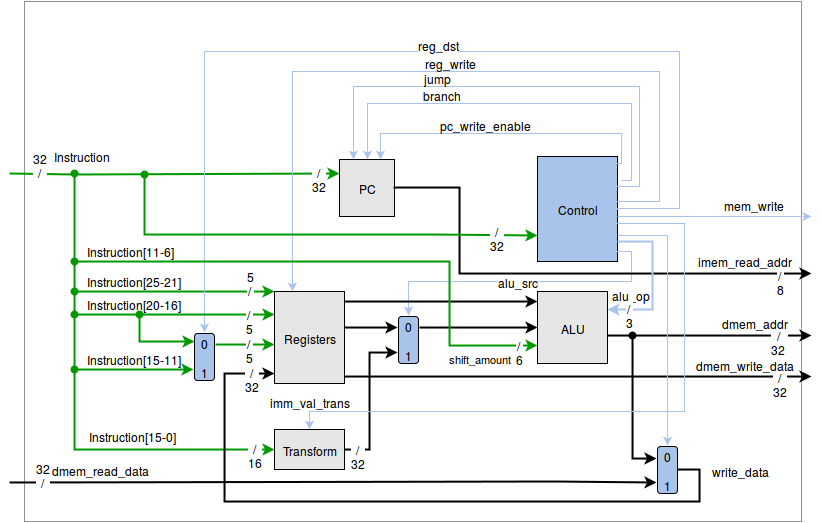
Before: ex1/report/img/architecture.png, a diagram exported from draw.io (mathiasose/TDT4255). Source tidied: cells renumbered, new cells last; positions are measured from the earlier drawing's top-left corner, leaving out a move shared by most shapes.
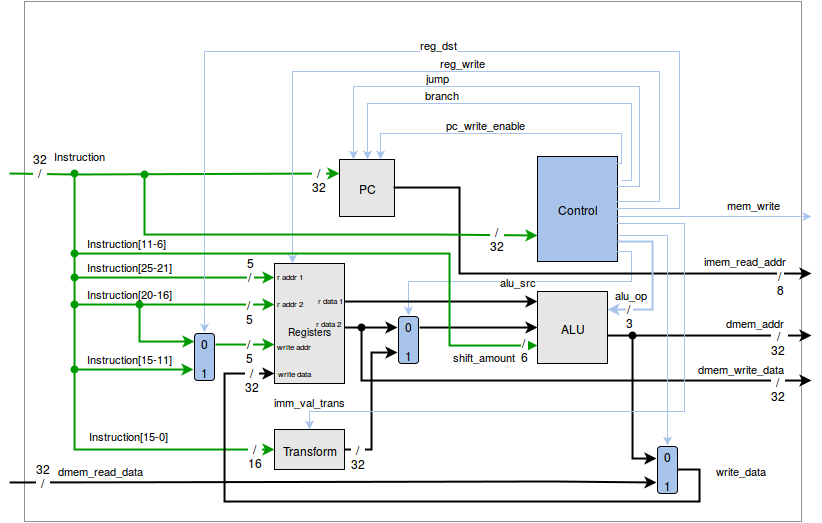
After the commit.

Commit message:
Rewrite architecture section

Change to the diagram source:
```diff
@@ -11,8 +11,8 @@
     <mxCell id="4" value="Control" style="whiteSpace=wrap;html=1;fillColor=#A9C4EB;" parent="1" vertex="1">
       <mxGeometry x="528" y="155" width="80" height="105" as="geometry" />
     </mxCell>
-    <mxCell id="5" value="Registers" style="whiteSpace=wrap;html=1;fillColor=#E6E6E6;" parent="1" vertex="1">
-      <mxGeometry x="265" y="290" width="70" height="92" as="geometry" />
+    <mxCell id="5" value="&lt;font style=&quot;font-size: 10px&quot;&gt;&lt;br&gt;Registers&lt;/font&gt;" style="whiteSpace=wrap;html=1;fillColor=#E6E6E6;" parent="1" vertex="1">
+      <mxGeometry x="265" y="262" width="70" height="120" as="geometry" />
     </mxCell>
     <mxCell id="6" value="ALU" style="whiteSpace=wrap;html=1;fillColor=#E6E6E6;" parent="1" vertex="1">
       <mxGeometry x="528" y="290" width="70" height="72" as="geometry" />
@@ -31,7 +31,7 @@
         </Array>
       </mxGeometry>
     </mxCell>
-    <mxCell id="9" value="branch" style="text;html=1;align=center;verticalAlign=middle;labelBackgroundColor=#ffffff;" parent="8" vertex="1">
+    <mxCell id="9" value="branch" style="text;html=1;align=center;verticalAlign=middle;labelBackgroundColor=#ffffff;fontSize=11;" parent="8" vertex="1">
       <mxGeometry x="0.25" y="3" relative="1" as="geometry">
         <mxPoint x="-23" y="-13" as="offset" />
       </mxGeometry>
@@ -47,7 +47,7 @@
         </Array>
       </mxGeometry>
     </mxCell>
-    <mxCell id="11" value="jump" style="text;html=1;align=center;verticalAlign=middle;labelBackgroundColor=#ffffff;" parent="10" vertex="1">
+    <mxCell id="11" value="jump" style="text;html=1;align=center;verticalAlign=middle;labelBackgroundColor=#ffffff;fontSize=11;" parent="10" vertex="1">
       <mxGeometry x="0.15" y="2" relative="1" as="geometry">
         <mxPoint x="-57" y="-12" as="offset" />
       </mxGeometry>
@@ -81,7 +81,7 @@
         </Array>
       </mxGeometry>
     </mxCell>
-    <mxCell id="16" value="alu_src" style="text;html=1;align=center;verticalAlign=middle;labelBackgroundColor=#ffffff;" parent="15" vertex="1">
+    <mxCell id="16" value="alu_src" style="text;html=1;align=center;verticalAlign=middle;labelBackgroundColor=#ffffff;fontSize=11;" parent="15" vertex="1">
       <mxGeometry x="0.26" y="-1" relative="1" as="geometry">
         <mxPoint x="23" as="offset" />
       </mxGeometry>
@@ -90,8 +90,8 @@
       <mxGeometry relative="1" as="geometry">
         <mxPoint x="335" y="448" as="sourcePoint" />
         <Array as="points">
-          <mxPoint x="360" y="448" />
-          <mxPoint x="360" y="351" />
+          <mxPoint x="362" y="448" />
+          <mxPoint x="362" y="351" />
         </Array>
       </mxGeometry>
     </mxCell>
@@ -113,7 +113,7 @@
         <mxPoint x="-93" y="-9" as="offset" />
       </mxGeometry>
     </mxCell>
-    <mxCell id="21" value="Instruction" style="text;html=1;align=left;verticalAlign=top;spacingTop=-4;" parent="1" vertex="1">
+    <mxCell id="21" value="Instruction" style="text;html=1;align=left;verticalAlign=top;spacingTop=-4;fontSize=11;" parent="1" vertex="1">
       <mxGeometry x="42" y="145" width="70" height="20" as="geometry" />
     </mxCell>
     <mxCell id="22" style="endArrow=classic;html=1;entryX=0;entryY=0.5;rounded=0;startArrow=oval;startFill=1;strokeWidth=2;strokeColor=#009900;" parent="1" edge="1" target="7">
@@ -126,8 +126,8 @@
     </mxCell>
     <mxCell id="23" style="endArrow=classic;html=1;startArrow=oval;startFill=1;strokeWidth=2;strokeColor=#009900;" parent="1" edge="1">
       <mxGeometry relative="1" as="geometry">
-        <mxPoint x="65" y="290" as="sourcePoint" />
-        <mxPoint x="265" y="290" as="targetPoint" />
+        <mxPoint x="65" y="276" as="sourcePoint" />
+        <mxPoint x="265" y="276" as="targetPoint" />
       </mxGeometry>
     </mxCell>
     <mxCell id="24" value="5&lt;br&gt;/&lt;br&gt;" style="text;html=1;align=center;verticalAlign=middle;labelBackgroundColor=#ffffff;" parent="23" vertex="1">
@@ -160,7 +160,7 @@
         </Array>
       </mxGeometry>
     </mxCell>
-    <mxCell id="29" value="reg_dst" style="text;html=1;align=center;verticalAlign=middle;labelBackgroundColor=#ffffff;" parent="28" vertex="1">
+    <mxCell id="29" value="reg_dst" style="text;html=1;align=center;verticalAlign=middle;labelBackgroundColor=#ffffff;fontSize=11;" parent="28" vertex="1">
       <mxGeometry x="0.03" y="-2" relative="1" as="geometry">
         <mxPoint x="39" y="-6" as="offset" />
       </mxGeometry>
@@ -171,7 +171,7 @@
         <mxPoint x="802" y="215" as="targetPoint" />
       </mxGeometry>
     </mxCell>
-    <mxCell id="31" value="mem_write" style="text;html=1;align=center;verticalAlign=middle;labelBackgroundColor=#ffffff;" parent="30" vertex="1">
+    <mxCell id="31" value="mem_write" style="text;html=1;align=center;verticalAlign=middle;labelBackgroundColor=#ffffff;fontSize=11;" parent="30" vertex="1">
       <mxGeometry x="0.58" relative="1" as="geometry">
         <mxPoint x="-17" y="-13" as="offset" />
       </mxGeometry>
@@ -182,7 +182,7 @@
         <mxPoint x="802" y="334" as="targetPoint" />
       </mxGeometry>
     </mxCell>
-    <mxCell id="33" value="dmem_addr" style="text;html=1;align=center;verticalAlign=middle;labelBackgroundColor=#ffffff;" parent="32" vertex="1">
+    <mxCell id="33" value="dmem_addr" style="text;html=1;align=center;verticalAlign=middle;labelBackgroundColor=#ffffff;fontSize=11;" parent="32" vertex="1">
       <mxGeometry x="0.67" relative="1" as="geometry">
         <mxPoint x="-24" y="-14" as="offset" />
       </mxGeometry>
@@ -192,13 +192,16 @@
         <mxPoint x="-4" y="6" as="offset" />
       </mxGeometry>
     </mxCell>
-    <mxCell id="35" style="edgeStyle=orthogonalEdgeStyle;rounded=0;html=1;exitX=1;exitY=0.75;startArrow=none;startFill=0;endArrow=classic;endFill=1;strokeWidth=2;" parent="1" edge="1">
+    <mxCell id="35" style="edgeStyle=orthogonalEdgeStyle;rounded=0;html=1;startArrow=oval;startFill=1;endArrow=classic;endFill=1;strokeWidth=2;" parent="1" edge="1">
       <mxGeometry relative="1" as="geometry">
-        <mxPoint x="335" y="375" as="sourcePoint" />
-        <mxPoint x="802" y="375" as="targetPoint" />
+        <mxPoint x="352" y="326" as="sourcePoint" />
+        <mxPoint x="802" y="379" as="targetPoint" />
+        <Array as="points">
+          <mxPoint x="352" y="379" />
+        </Array>
       </mxGeometry>
     </mxCell>
-    <mxCell id="36" value="dmem_write_data" style="text;html=1;align=center;verticalAlign=middle;labelBackgroundColor=#ffffff;" parent="35" vertex="1">
+    <mxCell id="36" value="dmem_write_data" style="text;html=1;align=center;verticalAlign=middle;labelBackgroundColor=#ffffff;fontSize=11;" parent="35" vertex="1">
       <mxGeometry x="0.81" y="1" relative="1" as="geometry">
         <mxPoint x="-22" y="-12" as="offset" />
       </mxGeometry>
@@ -217,7 +220,7 @@
         </Array>
       </mxGeometry>
     </mxCell>
-    <mxCell id="39" value="imem_read_addr" style="text;html=1;align=center;verticalAlign=middle;labelBackgroundColor=#ffffff;" parent="38" vertex="1">
+    <mxCell id="39" value="imem_read_addr" style="text;html=1;align=center;verticalAlign=middle;labelBackgroundColor=#ffffff;fontSize=11;" parent="38" vertex="1">
       <mxGeometry x="0.85" y="2" relative="1" as="geometry">
         <mxPoint x="-29" y="-12" as="offset" />
       </mxGeometry>
@@ -237,15 +240,15 @@
         </Array>
       </mxGeometry>
     </mxCell>
-    <mxCell id="42" value="pc_write_enable" style="text;html=1;align=center;verticalAlign=middle;labelBackgroundColor=#ffffff;" parent="41" vertex="1">
+    <mxCell id="42" value="pc_write_enable" style="text;html=1;align=center;verticalAlign=middle;labelBackgroundColor=#ffffff;fontSize=11;" parent="41" vertex="1">
       <mxGeometry x="-0.01" relative="1" as="geometry">
         <mxPoint x="-32" y="-10" as="offset" />
       </mxGeometry>
     </mxCell>
     <mxCell id="43" style="endArrow=classic;html=1;startArrow=oval;startFill=1;strokeWidth=2;strokeColor=#009900;" parent="1" edge="1">
-      <mxGeometry x="203" y="338" as="geometry">
-        <mxPoint x="65" y="313" as="sourcePoint" />
-        <mxPoint x="265" y="313" as="targetPoint" />
+      <mxGeometry x="203" y="328" as="geometry">
+        <mxPoint x="65" y="303" as="sourcePoint" />
+        <mxPoint x="265" y="303" as="targetPoint" />
       </mxGeometry>
     </mxCell>
     <mxCell id="44" value="/&lt;br&gt;5" style="text;html=1;align=center;verticalAlign=middle;labelBackgroundColor=#ffffff;" parent="43" vertex="1">
@@ -266,7 +269,7 @@
         <mxPoint x="65" y="368" as="sourcePoint" />
       </mxGeometry>
     </mxCell>
-    <mxCell id="47" style="endArrow=classic;html=1;exitX=1;exitY=0.111;exitPerimeter=0;strokeWidth=2;" parent="1" edge="1" source="5">
+    <mxCell id="47" style="endArrow=classic;html=1;exitX=1;exitY=0.317;exitPerimeter=0;strokeWidth=2;" parent="1" edge="1" source="5">
       <mxGeometry relative="1" as="geometry">
         <mxPoint x="528" y="300" as="targetPoint" />
       </mxGeometry>
@@ -281,16 +284,16 @@
         </Array>
       </mxGeometry>
     </mxCell>
-    <mxCell id="50" value="Instruction[25-21]" style="text;html=1;align=left;verticalAlign=top;spacingTop=-4;" parent="1" vertex="1">
-      <mxGeometry x="75" y="270" width="110" height="20" as="geometry" />
+    <mxCell id="50" value="Instruction[25-21]" style="text;html=1;align=left;verticalAlign=top;spacingTop=-4;fontSize=11;" parent="1" vertex="1">
+      <mxGeometry x="75" y="256" width="110" height="20" as="geometry" />
     </mxCell>
-    <mxCell id="51" value="Instruction[20-16]" style="text;html=1;points=[];align=left;verticalAlign=top;spacingTop=-4;" parent="1" vertex="1">
-      <mxGeometry x="75" y="293" width="110" height="20" as="geometry" />
+    <mxCell id="51" value="Instruction[20-16]" style="text;html=1;points=[];align=left;verticalAlign=top;spacingTop=-4;fontSize=11;" parent="1" vertex="1">
+      <mxGeometry x="75" y="283" width="110" height="20" as="geometry" />
     </mxCell>
-    <mxCell id="52" value="Instruction[15-11]" style="text;html=1;align=left;verticalAlign=top;spacingTop=-4;" parent="1" vertex="1">
+    <mxCell id="52" value="Instruction[15-11]" style="text;html=1;align=left;verticalAlign=top;spacingTop=-4;fontSize=11;" parent="1" vertex="1">
       <mxGeometry x="75" y="348" width="110" height="20" as="geometry" />
     </mxCell>
-    <mxCell id="53" value="Instruction[15-0]" style="text;html=1;align=left;verticalAlign=top;spacingTop=-4;" parent="1" vertex="1">
+    <mxCell id="53" value="Instruction[15-0]" style="text;html=1;align=left;verticalAlign=top;spacingTop=-4;fontSize=11;" parent="1" vertex="1">
       <mxGeometry x="77" y="425" width="100" height="20" as="geometry" />
     </mxCell>
     <mxCell id="54" style="edgeStyle=orthogonalEdgeStyle;rounded=0;html=1;entryX=0;entryY=0.25;startArrow=oval;startFill=1;endArrow=classic;endFill=1;strokeWidth=2;" parent="1" edge="1">
@@ -310,7 +313,7 @@
         </Array>
       </mxGeometry>
     </mxCell>
-    <mxCell id="56" value="dmem_read_data" style="text;html=1;align=center;verticalAlign=middle;labelBackgroundColor=#ffffff;" parent="55" vertex="1">
+    <mxCell id="56" value="dmem_read_data" style="text;html=1;align=center;verticalAlign=middle;labelBackgroundColor=#ffffff;fontSize=11;" parent="55" vertex="1">
       <mxGeometry x="-0.95" y="-3" relative="1" as="geometry">
         <mxPoint x="74" y="-16" as="offset" />
       </mxGeometry>
@@ -331,7 +334,7 @@
         </Array>
       </mxGeometry>
     </mxCell>
-    <mxCell id="59" value="write_data" style="text;html=1;align=center;verticalAlign=middle;labelBackgroundColor=#ffffff;" parent="58" vertex="1">
+    <mxCell id="59" value="write_data" style="text;html=1;align=center;verticalAlign=middle;labelBackgroundColor=#ffffff;fontSize=11;" parent="58" vertex="1">
       <mxGeometry x="-0.23" y="3" relative="1" as="geometry">
         <mxPoint x="259" y="-35" as="offset" />
       </mxGeometry>
@@ -345,7 +348,7 @@
         </Array>
       </mxGeometry>
     </mxCell>
-    <mxCell id="61" value="alu_op" style="text;html=1;align=center;verticalAlign=middle;labelBackgroundColor=#ffffff;" parent="60" vertex="1">
+    <mxCell id="61" value="alu_op" style="text;html=1;align=center;verticalAlign=middle;labelBackgroundColor=#ffffff;fontSize=11;" parent="60" vertex="1">
       <mxGeometry x="0.76" y="-1" relative="1" as="geometry">
         <mxPoint x="5" y="-15" as="offset" />
       </mxGeometry>
@@ -366,7 +369,7 @@
         </Array>
       </mxGeometry>
     </mxCell>
-    <mxCell id="64" value="reg_write" style="text;html=1;align=center;verticalAlign=middle;labelBackgroundColor=#ffffff;" parent="63" vertex="1">
+    <mxCell id="64" value="reg_write" style="text;html=1;align=center;verticalAlign=middle;labelBackgroundColor=#ffffff;fontSize=11;" parent="63" vertex="1">
       <mxGeometry x="-0.09" y="3" relative="1" as="geometry">
         <mxPoint x="-48" y="-13" as="offset" />
       </mxGeometry>
@@ -382,7 +385,7 @@
         </Array>
       </mxGeometry>
     </mxCell>
-    <mxCell id="66" value="imm_val_trans" style="text;html=1;align=center;verticalAlign=middle;labelBackgroundColor=#ffffff;" parent="65" vertex="1">
+    <mxCell id="66" value="imm_val_trans" style="text;html=1;align=center;verticalAlign=middle;labelBackgroundColor=#ffffff;fontSize=11;" parent="65" vertex="1">
       <mxGeometry x="0.85" y="1" relative="1" as="geometry">
         <mxPoint x="-31" y="-12" as="offset" />
       </mxGeometry>
@@ -403,25 +406,25 @@
     </mxCell>
     <mxCell id="69" style="endArrow=classic;html=1;startArrow=oval;startFill=1;entryX=0;entryY=0.75;rounded=0;strokeWidth=2;strokeColor=#009900;" parent="1" edge="1" target="6">
       <mxGeometry x="73" y="278" as="geometry">
-        <mxPoint x="65" y="260" as="sourcePoint" />
+        <mxPoint x="65" y="252" as="sourcePoint" />
         <Array as="points">
-          <mxPoint x="440" y="260" />
+          <mxPoint x="440" y="252" />
           <mxPoint x="440" y="344" />
         </Array>
       </mxGeometry>
     </mxCell>
     <mxCell id="70" value="/&lt;br&gt;6" style="text;html=1;align=center;verticalAlign=middle;labelBackgroundColor=#ffffff;" parent="69" vertex="1">
       <mxGeometry x="0.35" y="2" relative="1" as="geometry">
-        <mxPoint x="77" y="92" as="offset" />
+        <mxPoint x="77" y="97" as="offset" />
       </mxGeometry>
     </mxCell>
     <mxCell id="71" value="shift_amount" style="text;html=1;align=center;verticalAlign=middle;labelBackgroundColor=#ffffff;fontSize=11;" parent="69" vertex="1">
       <mxGeometry relative="1" as="geometry">
-        <mxPoint x="131" y="96" as="offset" />
+        <mxPoint x="131" y="102" as="offset" />
       </mxGeometry>
     </mxCell>
-    <mxCell id="72" value="Instruction[11-6]" style="text;html=1;align=left;verticalAlign=top;spacingTop=-4;strokeColor=none;" parent="1" vertex="1">
-      <mxGeometry x="75" y="240" width="100" height="20" as="geometry" />
+    <mxCell id="72" value="Instruction[11-6]" style="text;html=1;align=left;verticalAlign=top;spacingTop=-4;strokeColor=none;fontSize=11;" parent="1" vertex="1">
+      <mxGeometry x="75" y="232" width="100" height="20" as="geometry" />
     </mxCell>
     <mxCell id="73" value="/&lt;br&gt;32" style="text;html=1;align=center;verticalAlign=middle;labelBackgroundColor=#ffffff;" parent="1" vertex="1">
       <mxGeometry x="237.3" y="382" as="geometry">
@@ -438,5 +441,23 @@
         <mxPoint x="5" y="-13" as="offset" />
       </mxGeometry>
     </mxCell>
+    <mxCell id="76" value="r addr 1&lt;br&gt;" style="text;html=1;strokeColor=none;fillColor=none;align=center;verticalAlign=middle;whiteSpace=wrap;overflow=hidden;fontSize=8;" parent="1" vertex="1">
+      <mxGeometry x="260" y="264" width="40" height="20" as="geometry" />
+    </mxCell>
+    <mxCell id="77" value="r addr 2&lt;br&gt;" style="text;html=1;strokeColor=none;fillColor=none;align=center;verticalAlign=middle;whiteSpace=wrap;overflow=hidden;fontSize=8;" parent="1" vertex="1">
+      <mxGeometry x="260" y="291" width="40" height="20" as="geometry" />
+    </mxCell>
+    <mxCell id="78" value="write addr&lt;br&gt;" style="text;html=1;strokeColor=none;fillColor=none;align=center;verticalAlign=middle;whiteSpace=wrap;overflow=hidden;fontSize=8;" parent="1" vertex="1">
+      <mxGeometry x="259" y="334" width="50" height="20" as="geometry" />
+    </mxCell>
+    <mxCell id="79" value="write data&lt;br&gt;" style="text;html=1;strokeColor=none;fillColor=none;align=center;verticalAlign=middle;whiteSpace=wrap;overflow=hidden;fontSize=8;" parent="1" vertex="1">
+      <mxGeometry x="259" y="361" width="50" height="20" as="geometry" />
+    </mxCell>
+    <mxCell id="80" value="r data 1&lt;br&gt;" style="text;html=1;strokeColor=none;fillColor=none;align=center;verticalAlign=middle;whiteSpace=wrap;overflow=hidden;fontSize=8;" parent="1" vertex="1">
+      <mxGeometry x="300" y="288" width="40" height="20" as="geometry" />
+    </mxCell>
+    <mxCell id="81" value="r data 2" style="text;html=1;strokeColor=none;fillColor=none;align=center;verticalAlign=middle;whiteSpace=wrap;overflow=hidden;fontSize=8;" parent="1" vertex="1">
+      <mxGeometry x="298" y="311" width="40" height="20" as="geometry" />
+    </mxCell>
   </root>
 </mxGraphModel>
```
